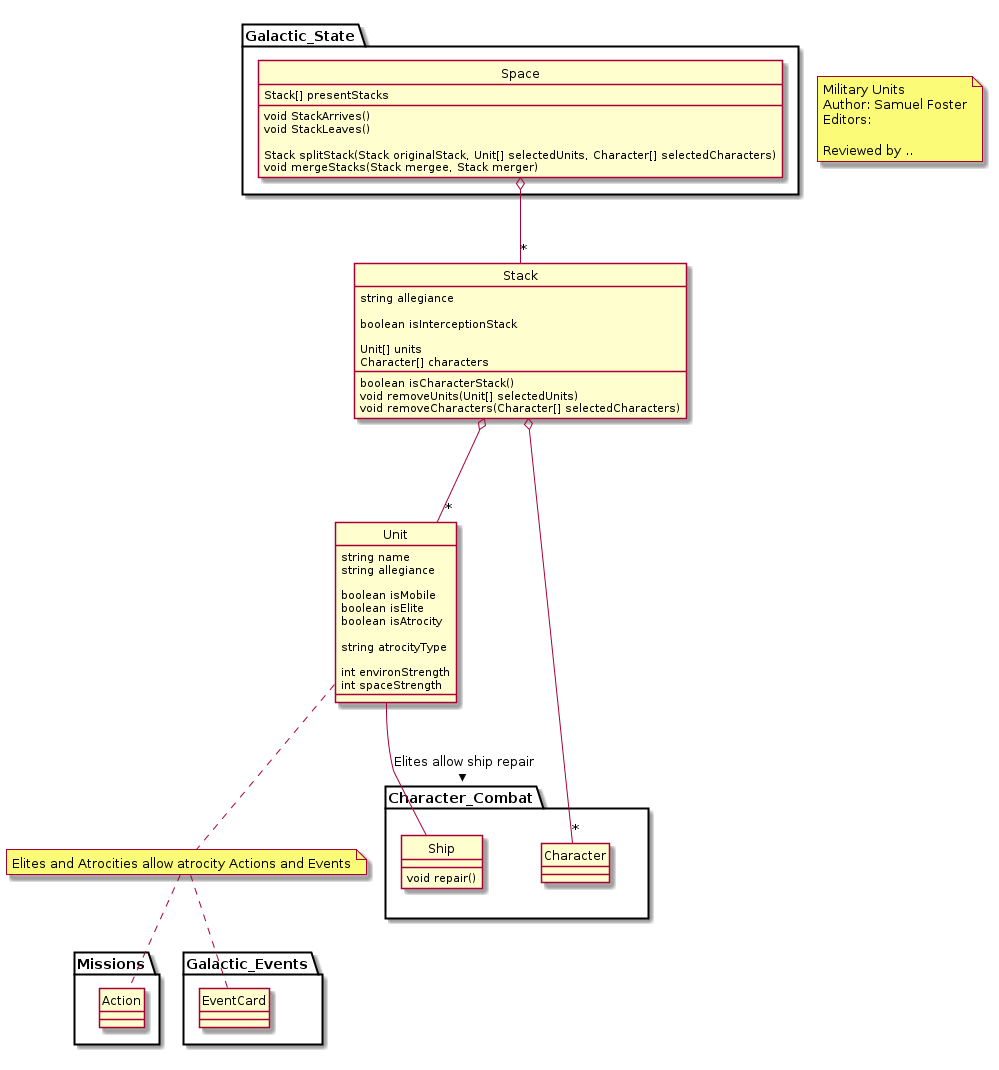
Earlier version of the PlantUML export military_combat/military_units_and_combat.png (ui-cs383/Class-Diagrams). The source it was exported from:
```plantuml
@startuml military_units_and_combat.png

note as TITLE
 Military Units
 Author: Samuel Foster
 Editors:

 Reviewed by ..
end note

class Stack {
 string allegiance

 boolean isInterceptionStack

 Unit[] units
 Character[] characters

 boolean isCharacterStack()
 void removeUnits(Unit[] selectedUnits)
 void removeCharacters(Character[] selectedCharacters)
}

class Unit {
 string name
 string allegiance

 boolean isMobile
 boolean isElite
 boolean isAtrocity

 string atrocityType

 int environStrength
 int spaceStrength
}


package Missions

class Action

end package



package Galactic_Events

class EventCard

end package



package Character_Combat

class Character {

}

class Ship {
 void repair()
}

end package



package Galactic_State

class Space {
 Stack[] presentStacks
 void StackArrives()
 void StackLeaves()

 Stack splitStack(Stack originalStack, Unit[] selectedUnits, Character[] selectedCharacters)
 void mergeStacks(Stack mergee, Stack merger)
}

end package

note "Elites and Atrocities allow atrocity Actions and Events" as N1

Space o-- "*" Stack

Stack o-- "*" Unit
Stack o-- "*" Character

Unit - Ship : Elites allow ship repair >

Unit .. N1
N1 .. EventCard
N1 .. Action



hide circle

@enduml
```
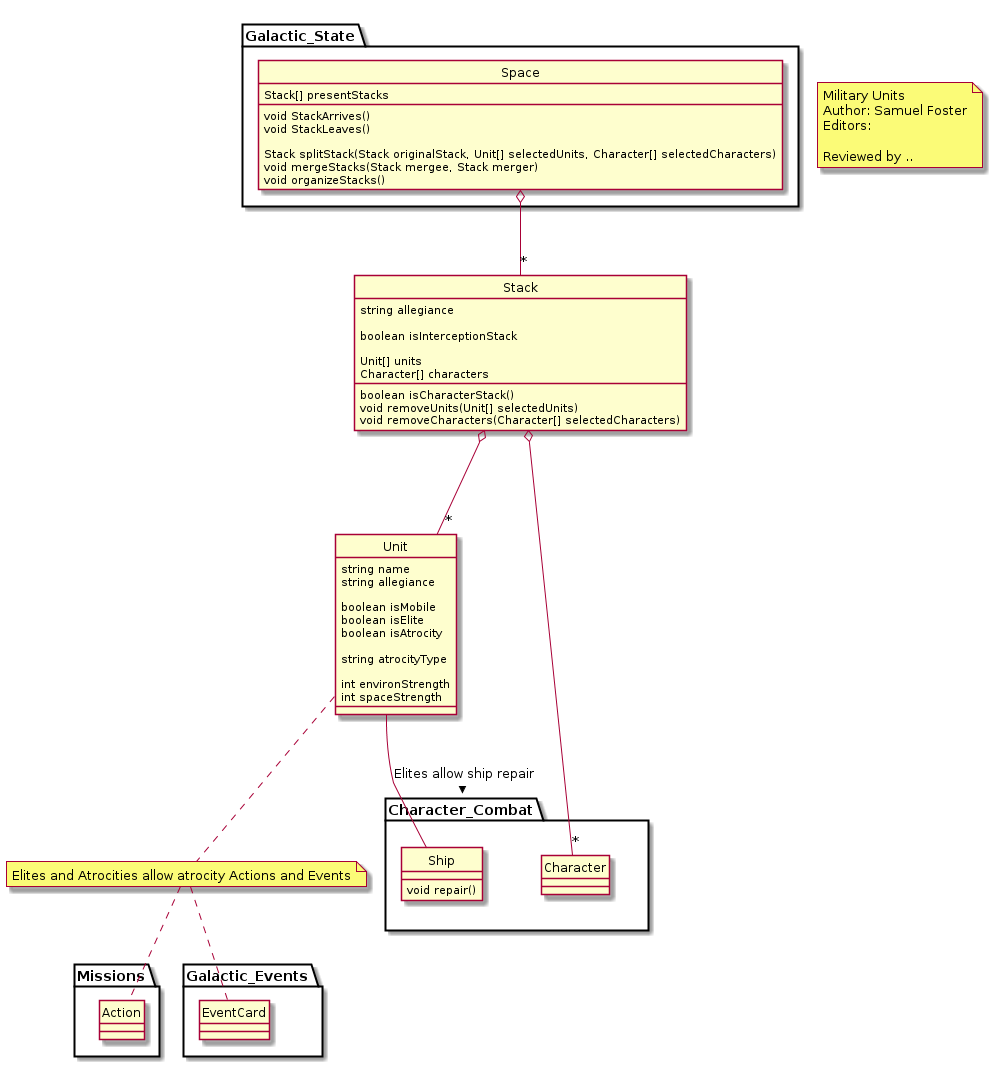
Above is the later version.

Commit message:
Slight change: added organizeStacks() method to Space

Diff of the diagram source:
```diff
@@ -75,6 +75,7 @@
 
  Stack splitStack(Stack originalStack, Unit[] selectedUnits, Character[] selectedCharacters)
  void mergeStacks(Stack mergee, Stack merger)
+ void organizeStacks()
 }
 
 end package
```
